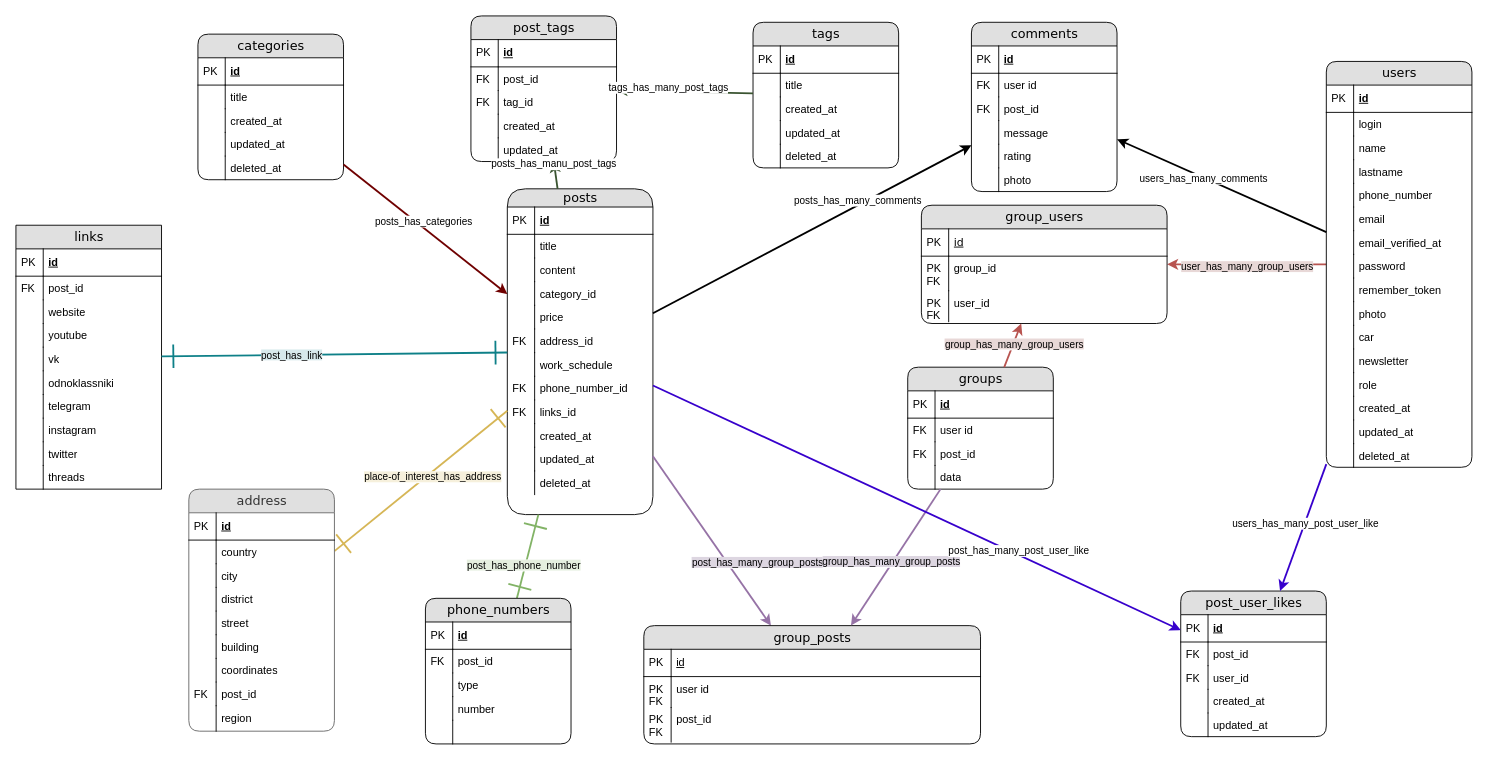
The draw.io diagram diagram/ERD подробная.drawio in RinaBoni/travel_helper, before the edit. Source tidied: cells renumbered, new cells numbered last; positions are measured from the earlier drawing's top-left corner, leaving out a move shared by most shapes. Both pictures are drawn from the tidied source at 91%, with x=0, y=0 at pixel (15, 15).
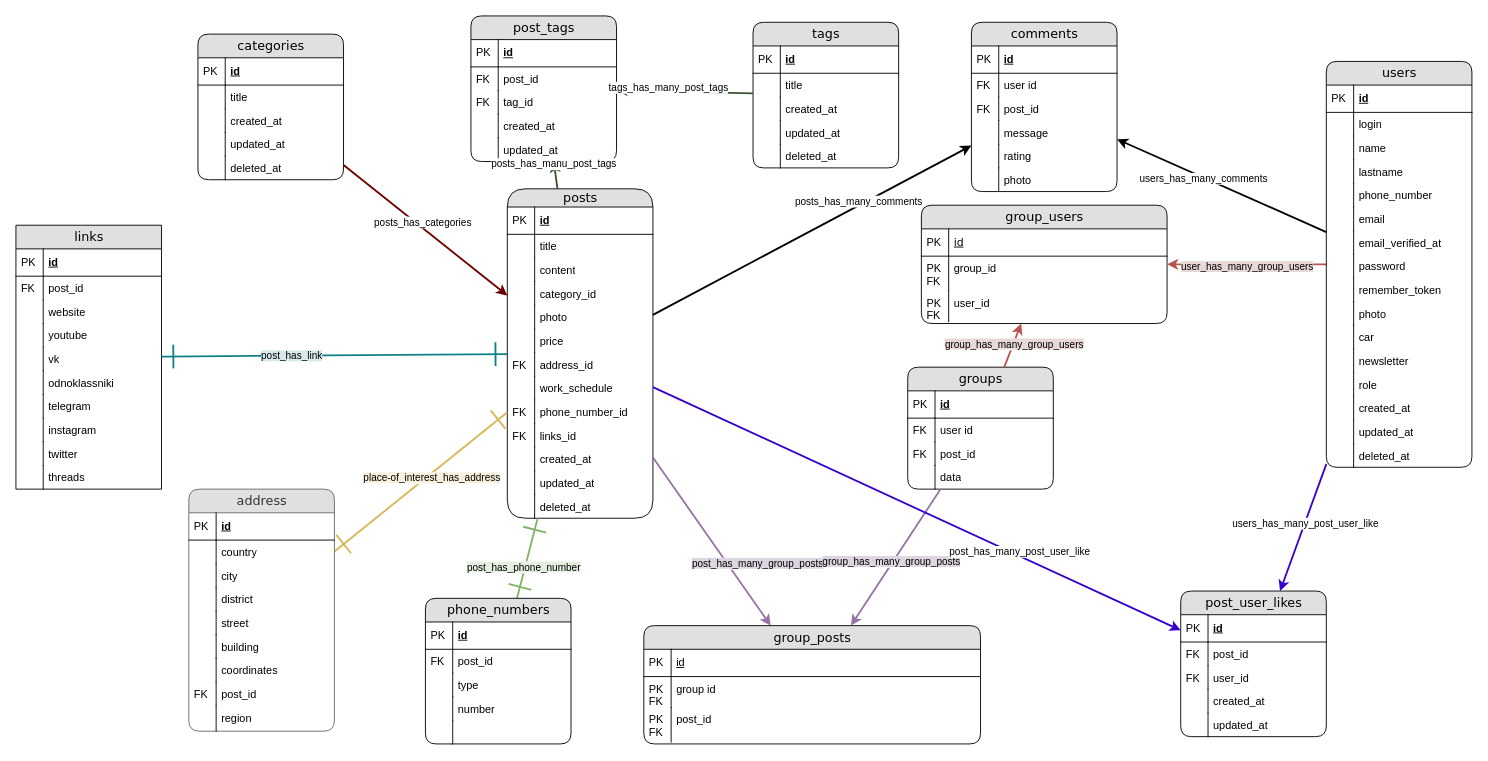
Above is the later version.

Unchanged cells that the change refers to:
```xml
<mxCell id="143" value="group_posts" style="swimlane;html=1;fontStyle=0;horizontal=1;startSize=26;fillColor=#e0e0e0;swimlaneFillColor=#ffffff;align=center;rounded=1;shadow=0;comic=0;labelBackgroundColor=none;strokeWidth=1;fontFamily=Verdana;fontSize=14;" parent="1" vertex="1">
  <mxGeometry x="690" y="670" width="370" height="130" as="geometry" />
</mxCell>
```

Change to the diagram source:
```diff
@@
     <mxCell id="2" value="posts" style="swimlane;html=1;fontStyle=0;horizontal=1;startSize=20;fillColor=#e0e0e0;swimlaneFillColor=#ffffff;align=center;rounded=1;shadow=0;comic=0;labelBackgroundColor=none;strokeWidth=1;fontFamily=Verdana;fontSize=14;glass=0;swimlaneLine=1;arcSize=50;" parent="1" vertex="1">
-      <mxGeometry x="540" y="190" width="160" height="358" as="geometry" />
+      <mxGeometry x="540" y="190" width="160" height="362" as="geometry" />
     </mxCell>
@@
+    <mxCell id="219" value="photo" style="shape=partialRectangle;top=0;left=0;right=0;bottom=0;html=1;align=left;verticalAlign=top;fillColor=none;spacingLeft=34;spacingRight=4;whiteSpace=wrap;overflow=hidden;" parent="2" vertex="1">
+      <mxGeometry y="128" width="160" height="26" as="geometry" />
+    </mxCell>
+    <mxCell id="220" style="shape=partialRectangle;top=0;left=0;bottom=0;html=1;fillColor=none;align=left;verticalAlign=top;spacingLeft=4;spacingRight=4;whiteSpace=wrap;overflow=hidden;" parent="219" vertex="1">
+      <mxGeometry width="30" height="26" as="geometry" />
+    </mxCell>
     <mxCell id="11" value="price" style="shape=partialRectangle;top=0;left=0;right=0;bottom=0;html=1;align=left;verticalAlign=top;fillColor=none;spacingLeft=34;spacingRight=4;whiteSpace=wrap;overflow=hidden;" parent="2" vertex="1">
-      <mxGeometry y="128" width="160" height="26" as="geometry" />
+      <mxGeometry y="154" width="160" height="26" as="geometry" />
     </mxCell>
@@
     <mxCell id="13" value="address_id" style="shape=partialRectangle;top=0;left=0;right=0;bottom=0;html=1;align=left;verticalAlign=top;fillColor=none;spacingLeft=34;spacingRight=4;whiteSpace=wrap;overflow=hidden;" parent="2" vertex="1">
-      <mxGeometry y="154" width="160" height="26" as="geometry" />
+      <mxGeometry y="180" width="160" height="26" as="geometry" />
     </mxCell>
@@
     <mxCell id="15" value="work_schedule" style="shape=partialRectangle;top=0;left=0;right=0;bottom=0;html=1;align=left;verticalAlign=top;fillColor=none;spacingLeft=34;spacingRight=4;whiteSpace=wrap;overflow=hidden;" parent="2" vertex="1">
-      <mxGeometry y="180" width="160" height="26" as="geometry" />
+      <mxGeometry y="206" width="160" height="26" as="geometry" />
     </mxCell>
@@
     <mxCell id="17" value="phone_number_id" style="shape=partialRectangle;top=0;left=0;right=0;bottom=0;html=1;align=left;verticalAlign=top;fillColor=none;spacingLeft=34;spacingRight=4;whiteSpace=wrap;overflow=hidden;" parent="2" vertex="1">
-      <mxGeometry y="206" width="160" height="26" as="geometry" />
+      <mxGeometry y="232" width="160" height="26" as="geometry" />
     </mxCell>
@@
     <mxCell id="19" value="links_id" style="shape=partialRectangle;top=0;left=0;right=0;bottom=0;html=1;align=left;verticalAlign=top;fillColor=none;spacingLeft=34;spacingRight=4;whiteSpace=wrap;overflow=hidden;" parent="2" vertex="1">
-      <mxGeometry y="232" width="160" height="26" as="geometry" />
+      <mxGeometry y="258" width="160" height="26" as="geometry" />
     </mxCell>
@@
     <mxCell id="21" value="created_at" style="shape=partialRectangle;top=0;left=0;right=0;bottom=0;html=1;align=left;verticalAlign=top;fillColor=none;spacingLeft=34;spacingRight=4;whiteSpace=wrap;overflow=hidden;" parent="2" vertex="1">
-      <mxGeometry y="258" width="160" height="26" as="geometry" />
+      <mxGeometry y="284" width="160" height="26" as="geometry" />
     </mxCell>
@@
     <mxCell id="23" value="updated_at" style="shape=partialRectangle;top=0;left=0;right=0;bottom=0;html=1;align=left;verticalAlign=top;fillColor=none;spacingLeft=34;spacingRight=4;whiteSpace=wrap;overflow=hidden;" parent="2" vertex="1">
-      <mxGeometry y="284" width="160" height="26" as="geometry" />
+      <mxGeometry y="310" width="160" height="26" as="geometry" />
     </mxCell>
@@
     <mxCell id="25" value="deleted_at" style="shape=partialRectangle;top=0;left=0;right=0;bottom=0;html=1;align=left;verticalAlign=top;fillColor=none;spacingLeft=34;spacingRight=4;whiteSpace=wrap;overflow=hidden;" parent="2" vertex="1">
-      <mxGeometry y="310" width="160" height="26" as="geometry" />
+      <mxGeometry y="336" width="160" height="26" as="geometry" />
     </mxCell>
@@
-    <mxCell id="146" value="user id" style="shape=partialRectangle;top=0;left=0;right=0;bottom=0;html=1;align=left;verticalAlign=top;fillColor=none;spacingLeft=34;spacingRight=4;whiteSpace=wrap;overflow=hidden;" parent="143" vertex="1">
+    <mxCell id="146" value="group id" style="shape=partialRectangle;top=0;left=0;right=0;bottom=0;html=1;align=left;verticalAlign=top;fillColor=none;spacingLeft=34;spacingRight=4;whiteSpace=wrap;overflow=hidden;" parent="143" vertex="1">
       <mxGeometry y="56" width="370" height="34" as="geometry" />
     </mxCell>
```
